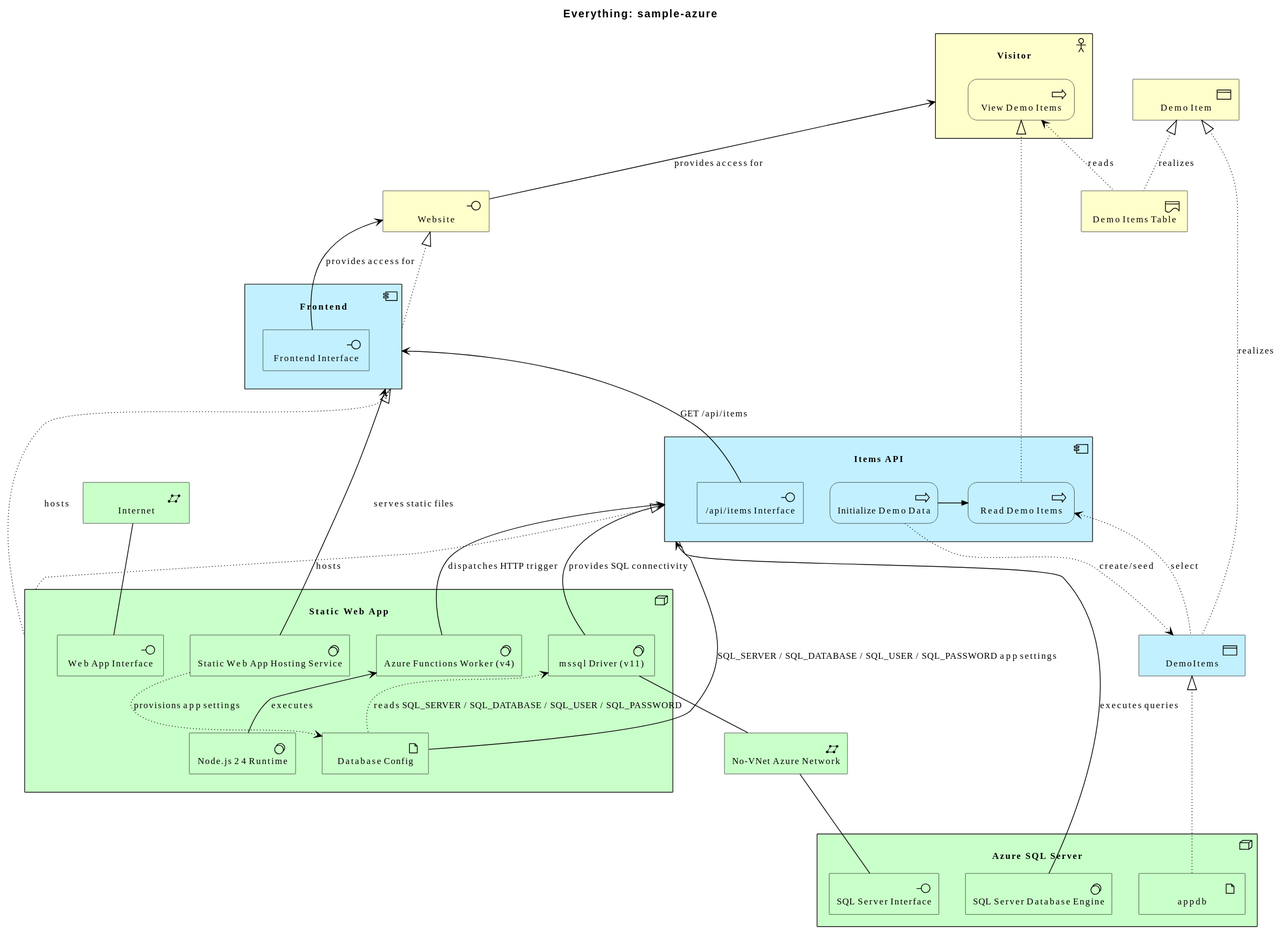
wolffy-au/frictionless-sample-azure keeps this PlantUML diagram as diagrams/overview.svg. Above is the earlier version. The source it was exported from:
```plantuml
@startuml
!include <archimate/Archimate>

scale max 3800 width
title Everything: sample-azure

Technology_Node(e_id3db5d26be8ff56, "Static Web App") {
  Technology_Artifact(e_id1ee4629338065d, "Database Config")
  Technology_Interface(e_id33cc192ee35e5b, "Web App Interface")
  Technology_SystemSoftware(e_id3b81282895f35e, "Static Web App Hosting Service")
  Technology_SystemSoftware(e_id0d25a940b29254, "Node.js 24 Runtime")
  Technology_SystemSoftware(e_id5855479862f653, "Azure Functions Worker (v4)")
  Technology_SystemSoftware(e_id4c5fc1cbb2f459, "mssql Driver (v11)")
}
Technology_Node(e_idd447595fb73a5f, "Azure SQL Server") {
  Technology_Artifact(e_idf0ecd6fb3b8b5b, "appdb")
  Technology_Interface(e_id76a7034dd9ab53, "SQL Server Interface")
  Technology_SystemSoftware(e_id30920e0c9a155d, "SQL Server Database Engine")
}
Technology_CommunicationNetwork(e_id5deb57760c7b5f, "No-VNet Azure Network")
Technology_CommunicationNetwork(e_id454e7b903b8357, "Internet")
Application_Component(e_idb9118a54ded651, "Items API") {
  Application_Interface(e_id27cc7f94392754, "/api/items Interface")
  Application_Process(e_id9e4601a2031c58, "Initialize Demo Data")
  Application_Process(e_idf9a91550500455, "Read Demo Items")
}
Application_Component(e_id859316e8097157, "Frontend") {
  Application_Interface(e_idd8a8c6ca248e52, "Frontend Interface")
}
Application_DataObject(e_id032efff5924e5e, "DemoItems")
Business_Actor(e_id40e6f8deb4f45c, "Visitor") {
  Business_Process(e_ida6f500d9395851, "View Demo Items")
}
Business_Interface(e_id66a63993dfde51, "Website")
Business_Object(e_id32456a57134d5f, "Demo Item")
Business_Representation(e_idbd4055139c8656, "Demo Items Table")

Rel_Realization_Up(e_idf0ecd6fb3b8b5b, e_id032efff5924e5e, "")
Rel_Association(e_id1ee4629338065d, e_idb9118a54ded651, "SQL_SERVER / SQL_DATABASE / SQL_USER / SQL_PASSWORD app settings")
Rel_Serving_Up(e_id30920e0c9a155d, e_idb9118a54ded651, "executes queries")
Rel_Serving_Up(e_id3b81282895f35e, e_id859316e8097157, "serves static files")
Rel_Realization_Up(e_id3db5d26be8ff56, e_id859316e8097157, "hosts")
Rel_Realization_Up(e_id3db5d26be8ff56, e_idb9118a54ded651, "hosts")
Rel_Serving_Up(e_id27cc7f94392754, e_id859316e8097157, "GET /api/items")
Rel_Triggering_Right(e_id9e4601a2031c58, e_idf9a91550500455, "")
Rel_Access_w(e_id9e4601a2031c58, e_id032efff5924e5e, "create/seed")
Rel_Access_r(e_idf9a91550500455, e_id032efff5924e5e, "select")
Rel_Serving_Up(e_id66a63993dfde51, e_id40e6f8deb4f45c, "provides access for")
Rel_Realization_Up(e_id859316e8097157, e_id66a63993dfde51, "")
Rel_Realization_Up(e_idf9a91550500455, e_ida6f500d9395851, "")
Rel_Serving_Up(e_idd8a8c6ca248e52, e_id66a63993dfde51, "provides access for")
Rel_Realization_Up(e_id032efff5924e5e, e_id32456a57134d5f, "realizes")
Rel_Realization_Up(e_idbd4055139c8656, e_id32456a57134d5f, "realizes")
Rel_Access_r(e_ida6f500d9395851, e_idbd4055139c8656, "reads")
Rel_Association(e_id454e7b903b8357, e_id33cc192ee35e5b, "")
Rel_Association(e_id5deb57760c7b5f, e_id76a7034dd9ab53, "")
Rel_Access_w(e_id3b81282895f35e, e_id1ee4629338065d, "provisions app settings")
Rel_Serving_Up(e_id0d25a940b29254, e_id5855479862f653, "executes")
Rel_Serving_Up(e_id5855479862f653, e_idb9118a54ded651, "dispatches HTTP trigger")
Rel_Serving_Up(e_id4c5fc1cbb2f459, e_idb9118a54ded651, "provides SQL connectivity")
Rel_Association(e_id4c5fc1cbb2f459, e_id5deb57760c7b5f, "")
Rel_Access_r(e_id4c5fc1cbb2f459, e_id1ee4629338065d, "reads SQL_SERVER / SQL_DATABASE / SQL_USER / SQL_PASSWORD")
@enduml
```
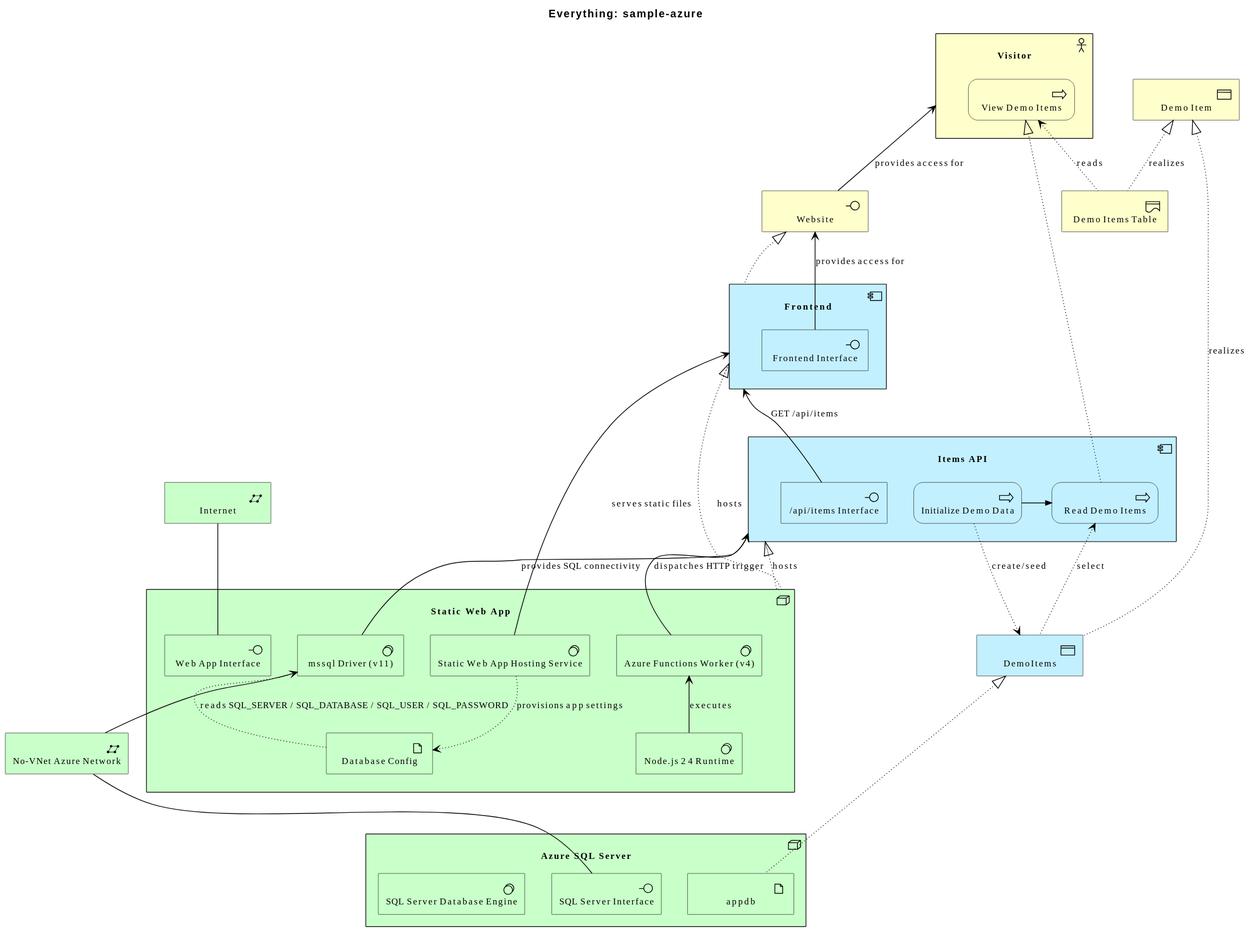
The same diagram one commit later.

Commit message:
refactor(architecture): drop two derived relationships in sample-azure

What changed in the source:
```diff
@@ -36,8 +36,6 @@
 Business_Representation(e_idbd4055139c8656, "Demo Items Table")
 
 Rel_Realization_Up(e_idf0ecd6fb3b8b5b, e_id032efff5924e5e, "")
-Rel_Association(e_id1ee4629338065d, e_idb9118a54ded651, "SQL_SERVER / SQL_DATABASE / SQL_USER / SQL_PASSWORD app settings")
-Rel_Serving_Up(e_id30920e0c9a155d, e_idb9118a54ded651, "executes queries")
 Rel_Serving_Up(e_id3b81282895f35e, e_id859316e8097157, "serves static files")
 Rel_Realization_Up(e_id3db5d26be8ff56, e_id859316e8097157, "hosts")
 Rel_Realization_Up(e_id3db5d26be8ff56, e_idb9118a54ded651, "hosts")
```
